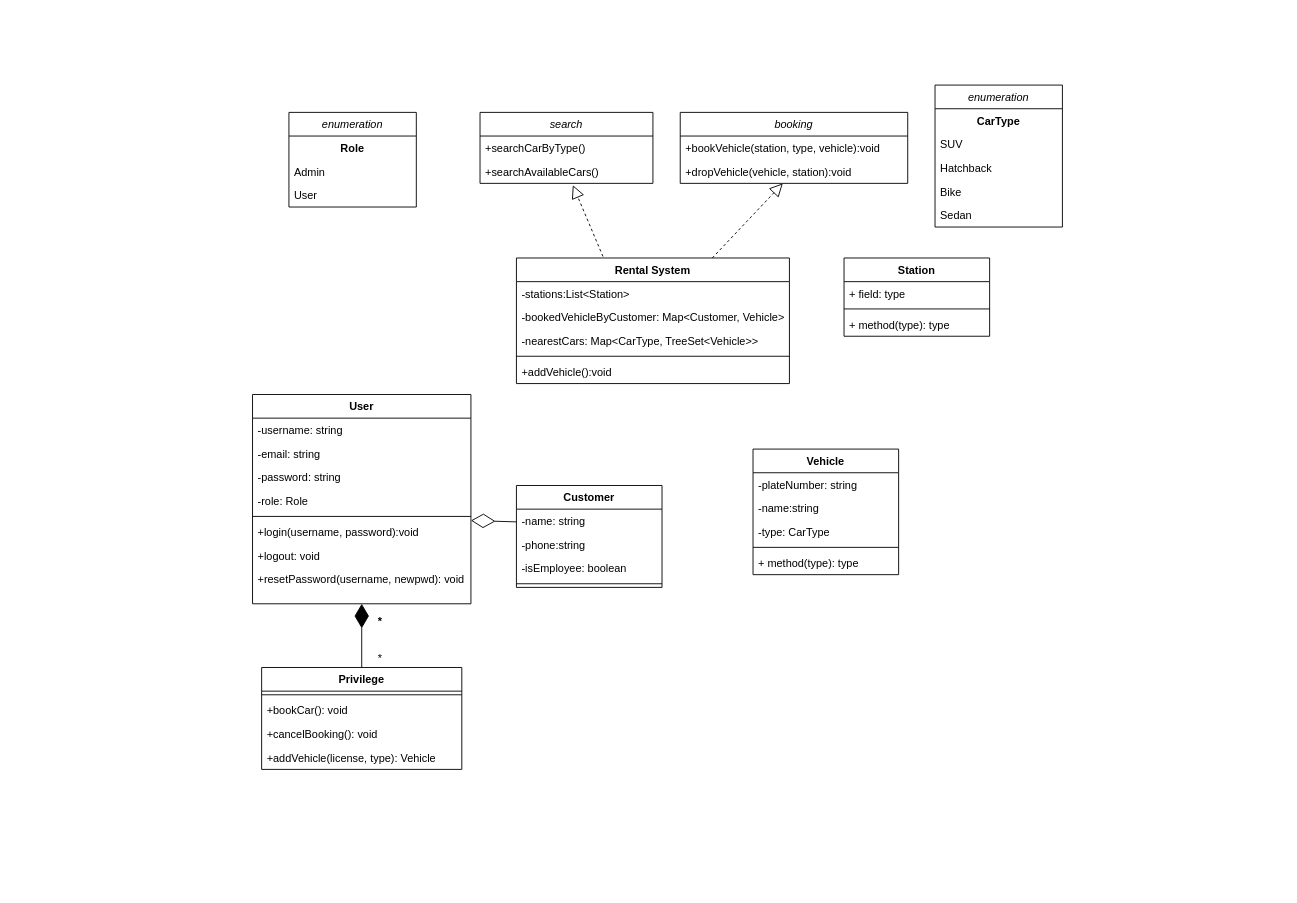
Moytri/Uml-Diagram keeps this draw.io diagram as page "Car Rental System" (3 of 3) of Movie Ticket Booking.drawio. Above is the earlier version. Source tidied: cells renumbered, new cells numbered last; positions are measured from the earlier drawing's top-left corner, leaving out a move shared by most shapes. Both pictures are drawn from the tidied source at 91%, with x=0, y=0 at pixel (252, 85).
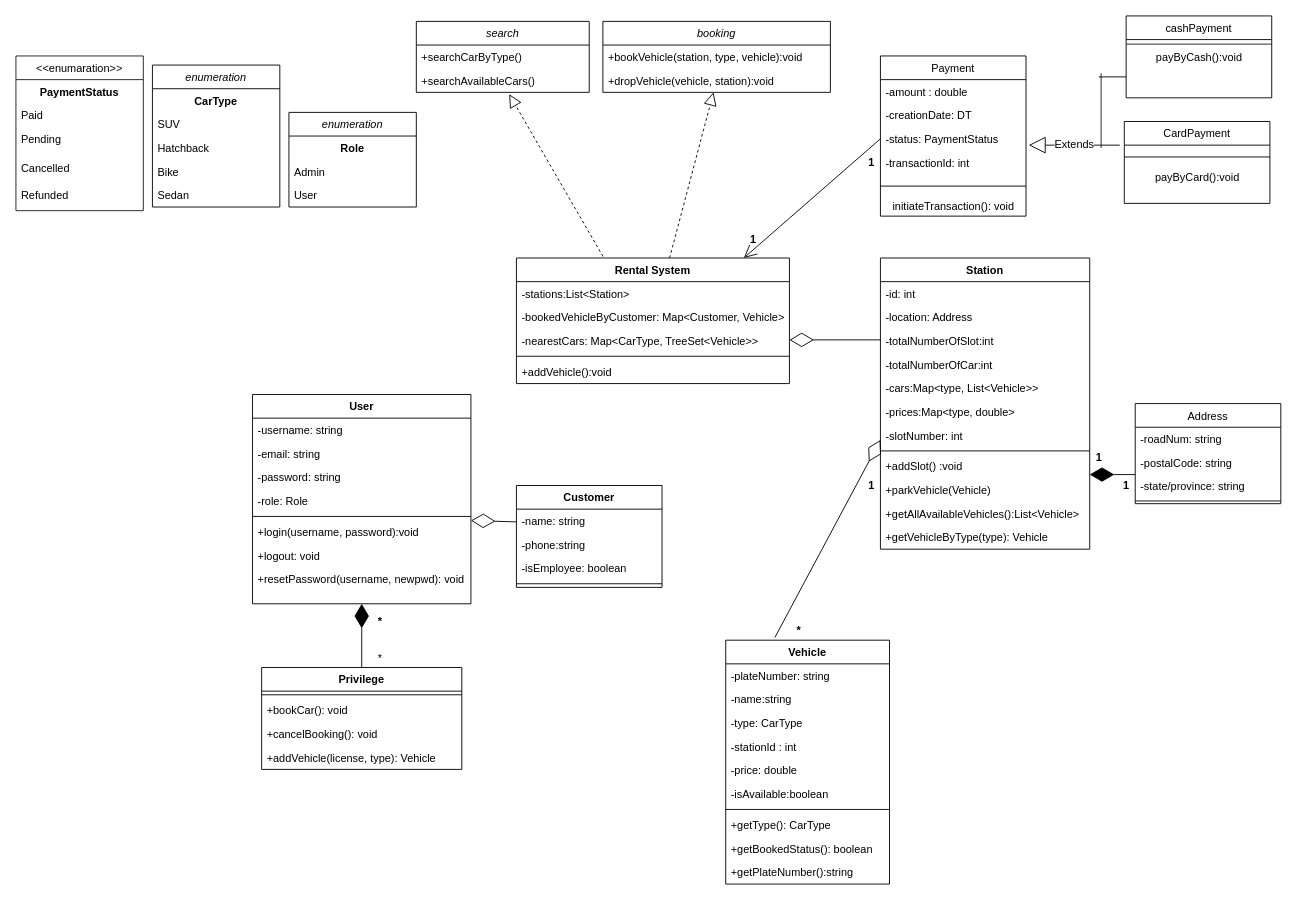
Above is the later version.

Unchanged cells that the change refers to:
```xml
<mxCell id="2" value="Rental System" style="swimlane;fontStyle=1;align=center;verticalAlign=top;horizontal=1;startSize=26;" parent="1" vertex="1">
  <mxGeometry x="290" y="190" width="300" height="138" as="geometry" />
</mxCell>
```

Change to the diagram source:
```diff
@@
     <mxCell id="27" value="Vehicle" style="swimlane;fontStyle=1;align=center;verticalAlign=top;horizontal=1;startSize=26;" parent="1" vertex="1">
-      <mxGeometry x="550" y="400" width="160" height="138" as="geometry" />
+      <mxGeometry x="520" y="610" width="180" height="268" as="geometry" />
     </mxCell>
     <mxCell id="28" value="-plateNumber: string" style="text;strokeColor=none;fillColor=none;align=left;verticalAlign=top;spacingLeft=4;spacingRight=4;overflow=hidden;" parent="27" vertex="1">
-      <mxGeometry y="26" width="160" height="26" as="geometry" />
+      <mxGeometry y="26" width="180" height="26" as="geometry" />
     </mxCell>
     <mxCell id="29" value="-name:string" style="text;strokeColor=none;fillColor=none;align=left;verticalAlign=top;spacingLeft=4;spacingRight=4;overflow=hidden;" parent="27" vertex="1">
-      <mxGeometry y="52" width="160" height="26" as="geometry" />
+      <mxGeometry y="52" width="180" height="26" as="geometry" />
     </mxCell>
     <mxCell id="30" value="-type: CarType" style="text;strokeColor=none;fillColor=none;align=left;verticalAlign=top;spacingLeft=4;spacingRight=4;overflow=hidden;" parent="27" vertex="1">
-      <mxGeometry y="78" width="160" height="26" as="geometry" />
+      <mxGeometry y="78" width="180" height="26" as="geometry" />
     </mxCell>
+    <mxCell id="59" value="-stationId : int" style="text;strokeColor=none;fillColor=none;align=left;verticalAlign=top;spacingLeft=4;spacingRight=4;overflow=hidden;" parent="27" vertex="1">
+      <mxGeometry y="104" width="180" height="26" as="geometry" />
+    </mxCell>
+    <mxCell id="60" value="-price: double" style="text;strokeColor=none;fillColor=none;align=left;verticalAlign=top;spacingLeft=4;spacingRight=4;overflow=hidden;" parent="27" vertex="1">
+      <mxGeometry y="130" width="180" height="26" as="geometry" />
+    </mxCell>
+    <mxCell id="61" value="-isAvailable:boolean" style="text;strokeColor=none;fillColor=none;align=left;verticalAlign=top;spacingLeft=4;spacingRight=4;overflow=hidden;" parent="27" vertex="1">
+      <mxGeometry y="156" width="180" height="26" as="geometry" />
+    </mxCell>
     <mxCell id="31" style="line;strokeWidth=1;fillColor=none;align=left;verticalAlign=middle;spacingTop=-1;spacingLeft=3;spacingRight=3;labelPosition=right;" parent="27" vertex="1">
-      <mxGeometry y="104" width="160" height="8" as="geometry" />
+      <mxGeometry y="182" width="180" height="8" as="geometry" />
     </mxCell>
-    <mxCell id="32" value="+ method(type): type" style="text;strokeColor=none;fillColor=none;align=left;verticalAlign=top;spacingLeft=4;spacingRight=4;overflow=hidden;" parent="27" vertex="1">
-      <mxGeometry y="112" width="160" height="26" as="geometry" />
+    <mxCell id="32" value="+getType(): CarType" style="text;strokeColor=none;fillColor=none;align=left;verticalAlign=top;spacingLeft=4;spacingRight=4;overflow=hidden;" parent="27" vertex="1">
+      <mxGeometry y="190" width="180" height="26" as="geometry" />
     </mxCell>
+    <mxCell id="62" value="+getBookedStatus(): boolean" style="text;strokeColor=none;fillColor=none;align=left;verticalAlign=top;spacingLeft=4;spacingRight=4;overflow=hidden;" parent="27" vertex="1">
+      <mxGeometry y="216" width="180" height="26" as="geometry" />
+    </mxCell>
+    <mxCell id="63" value="+getPlateNumber():string" style="text;strokeColor=none;fillColor=none;align=left;verticalAlign=top;spacingLeft=4;spacingRight=4;overflow=hidden;" parent="27" vertex="1">
+      <mxGeometry y="242" width="180" height="26" as="geometry" />
+    </mxCell>
     <mxCell id="33" value="Station" style="swimlane;fontStyle=1;align=center;verticalAlign=top;horizontal=1;startSize=26;" parent="1" vertex="1">
-      <mxGeometry x="650" y="190" width="160" height="86" as="geometry" />
+      <mxGeometry x="690" y="190" width="230" height="320" as="geometry" />
     </mxCell>
-    <mxCell id="34" value="+ field: type" style="text;strokeColor=none;fillColor=none;align=left;verticalAlign=top;spacingLeft=4;spacingRight=4;overflow=hidden;" parent="33" vertex="1">
-      <mxGeometry y="26" width="160" height="26" as="geometry" />
+    <mxCell id="34" value="-id: int" style="text;strokeColor=none;fillColor=none;align=left;verticalAlign=top;spacingLeft=4;spacingRight=4;overflow=hidden;" parent="33" vertex="1">
+      <mxGeometry y="26" width="230" height="26" as="geometry" />
     </mxCell>
+    <mxCell id="64" value="-location: Address" style="text;strokeColor=none;fillColor=none;align=left;verticalAlign=top;spacingLeft=4;spacingRight=4;overflow=hidden;" parent="33" vertex="1">
+      <mxGeometry y="52" width="230" height="26" as="geometry" />
+    </mxCell>
+    <mxCell id="65" value="-totalNumberOfSlot:int" style="text;strokeColor=none;fillColor=none;align=left;verticalAlign=top;spacingLeft=4;spacingRight=4;overflow=hidden;" parent="33" vertex="1">
+      <mxGeometry y="78" width="230" height="26" as="geometry" />
+    </mxCell>
+    <mxCell id="66" value="-totalNumberOfCar:int" style="text;strokeColor=none;fillColor=none;align=left;verticalAlign=top;spacingLeft=4;spacingRight=4;overflow=hidden;" parent="33" vertex="1">
+      <mxGeometry y="104" width="230" height="26" as="geometry" />
+    </mxCell>
+    <mxCell id="67" value="-cars:Map&lt;type, List&lt;Vehicle&gt;&gt;" style="text;strokeColor=none;fillColor=none;align=left;verticalAlign=top;spacingLeft=4;spacingRight=4;overflow=hidden;" parent="33" vertex="1">
+      <mxGeometry y="130" width="230" height="26" as="geometry" />
+    </mxCell>
+    <mxCell id="68" value="-prices:Map&lt;type, double&gt;" style="text;strokeColor=none;fillColor=none;align=left;verticalAlign=top;spacingLeft=4;spacingRight=4;overflow=hidden;" parent="33" vertex="1">
+      <mxGeometry y="156" width="230" height="26" as="geometry" />
+    </mxCell>
+    <mxCell id="69" value="-slotNumber: int" style="text;strokeColor=none;fillColor=none;align=left;verticalAlign=top;spacingLeft=4;spacingRight=4;overflow=hidden;points=[[0,0.5],[1,0.5]];portConstraint=eastwest;" parent="33" vertex="1">
+      <mxGeometry y="182" width="230" height="26" as="geometry" />
+    </mxCell>
     <mxCell id="35" style="line;strokeWidth=1;fillColor=none;align=left;verticalAlign=middle;spacingTop=-1;spacingLeft=3;spacingRight=3;labelPosition=right;" parent="33" vertex="1">
-      <mxGeometry y="52" width="160" height="8" as="geometry" />
+      <mxGeometry y="208" width="230" height="8" as="geometry" />
     </mxCell>
-    <mxCell id="36" value="+ method(type): type" style="text;strokeColor=none;fillColor=none;align=left;verticalAlign=top;spacingLeft=4;spacingRight=4;overflow=hidden;" parent="33" vertex="1">
-      <mxGeometry y="60" width="160" height="26" as="geometry" />
+    <mxCell id="36" value="+addSlot() :void" style="text;strokeColor=none;fillColor=none;align=left;verticalAlign=top;spacingLeft=4;spacingRight=4;overflow=hidden;" parent="33" vertex="1">
+      <mxGeometry y="216" width="230" height="26" as="geometry" />
     </mxCell>
+    <mxCell id="70" value="+parkVehicle(Vehicle)" style="text;strokeColor=none;fillColor=none;align=left;verticalAlign=top;spacingLeft=4;spacingRight=4;overflow=hidden;" parent="33" vertex="1">
+      <mxGeometry y="242" width="230" height="26" as="geometry" />
+    </mxCell>
+    <mxCell id="71" value="+getAllAvailableVehicles():List&lt;Vehicle&gt;" style="text;strokeColor=none;fillColor=none;align=left;verticalAlign=top;spacingLeft=4;spacingRight=4;overflow=hidden;" parent="33" vertex="1">
+      <mxGeometry y="268" width="230" height="26" as="geometry" />
+    </mxCell>
+    <mxCell id="72" value="+getVehicleByType(type): Vehicle" style="text;strokeColor=none;fillColor=none;align=left;verticalAlign=top;spacingLeft=4;spacingRight=4;overflow=hidden;" parent="33" vertex="1">
+      <mxGeometry y="294" width="230" height="26" as="geometry" />
+    </mxCell>
@@
     <mxCell id="45" value="search" style="swimlane;fontStyle=2;horizontal=1;startSize=26;fillColor=none;strokeWidth=1;" parent="1" vertex="1">
-      <mxGeometry x="250" y="30" width="190" height="78" as="geometry" />
+      <mxGeometry x="180" y="-70" width="190" height="78" as="geometry" />
     </mxCell>
@@
     <mxCell id="49" value="booking" style="swimlane;fontStyle=2;horizontal=1;startSize=26;fillColor=none;strokeWidth=1;" parent="1" vertex="1">
-      <mxGeometry x="470" y="30" width="250" height="78" as="geometry" />
+      <mxGeometry x="385" y="-70" width="250" height="78" as="geometry" />
     </mxCell>
@@
     <mxCell id="53" value="enumeration" style="swimlane;fontStyle=2;horizontal=1;startSize=26;fillColor=none;strokeWidth=1;" parent="1" vertex="1">
-      <mxGeometry x="750" width="140" height="156" as="geometry" />
+      <mxGeometry x="-110" y="-22" width="140" height="156" as="geometry" />
     </mxCell>
@@
+    <mxCell id="73" value="&lt;b&gt;1&lt;/b&gt;" style="text;html=1;align=center;verticalAlign=middle;strokeColor=none;fillColor=none;" parent="1" vertex="1">
+      <mxGeometry x="670" y="430" width="20" height="20" as="geometry" />
+    </mxCell>
+    <mxCell id="74" value="&lt;b&gt;*&lt;/b&gt;" style="text;html=1;align=center;verticalAlign=middle;strokeColor=none;fillColor=none;" parent="1" vertex="1">
+      <mxGeometry x="590" y="590" width="20" height="20" as="geometry" />
+    </mxCell>
+    <mxCell id="75" style="endArrow=diamondThin;endFill=0;endSize=24;html=1;rounded=0;exitX=0.3;exitY=-0.011;exitDx=0;exitDy=0;exitPerimeter=0;entryX=0;entryY=0.692;entryDx=0;entryDy=0;entryPerimeter=0;" parent="1" edge="1" source="27" target="69">
+      <mxGeometry relative="1" as="geometry" />
+    </mxCell>
+    <mxCell id="76" style="endArrow=diamondThin;endFill=0;endSize=24;html=1;rounded=0;" parent="1" edge="1">
+      <mxGeometry relative="1" as="geometry">
+        <mxPoint x="690" y="280" as="sourcePoint" />
+        <mxPoint x="590" y="280" as="targetPoint" />
+      </mxGeometry>
+    </mxCell>
+    <mxCell id="77" value="Address" style="swimlane;fontStyle=0;align=center;verticalAlign=top;horizontal=1;startSize=26;rounded=0;shadow=0;strokeWidth=1;" parent="1" vertex="1">
+      <mxGeometry x="970" y="350" width="160" height="110" as="geometry" />
+    </mxCell>
+    <mxCell id="78" value="-roadNum: string" style="text;align=left;verticalAlign=top;spacingLeft=4;spacingRight=4;overflow=hidden;" parent="77" vertex="1">
+      <mxGeometry y="26" width="160" height="26" as="geometry" />
+    </mxCell>
+    <mxCell id="79" value="-postalCode: string" style="text;align=left;verticalAlign=top;spacingLeft=4;spacingRight=4;overflow=hidden;rounded=0;shadow=0;html=0;" parent="77" vertex="1">
+      <mxGeometry y="52" width="160" height="26" as="geometry" />
+    </mxCell>
+    <mxCell id="80" value="-state/province: string" style="text;align=left;verticalAlign=top;spacingLeft=4;spacingRight=4;overflow=hidden;rounded=0;shadow=0;html=0;" parent="77" vertex="1">
+      <mxGeometry y="78" width="160" height="26" as="geometry" />
+    </mxCell>
+    <mxCell id="81" style="line;html=1;strokeWidth=1;align=left;verticalAlign=middle;spacingTop=-1;spacingLeft=3;spacingRight=3;labelPosition=right;" parent="77" vertex="1">
+      <mxGeometry y="104" width="160" height="6" as="geometry" />
+    </mxCell>
+    <mxCell id="82" style="endArrow=diamondThin;endFill=1;endSize=24;html=1;rounded=0;" parent="1" edge="1">
+      <mxGeometry relative="1" as="geometry">
+        <mxPoint x="970" y="428" as="sourcePoint" />
+        <mxPoint x="920" y="428" as="targetPoint" />
+      </mxGeometry>
+    </mxCell>
+    <mxCell id="83" value="&lt;b&gt;1&lt;/b&gt;" style="text;html=1;align=center;verticalAlign=middle;strokeColor=none;fillColor=none;" parent="1" vertex="1">
+      <mxGeometry x="920" y="400" width="20" height="20" as="geometry" />
+    </mxCell>
+    <mxCell id="84" value="&lt;b&gt;1&lt;/b&gt;" style="text;html=1;align=center;verticalAlign=middle;strokeColor=none;fillColor=none;" parent="1" vertex="1">
+      <mxGeometry x="950" y="430" width="20" height="20" as="geometry" />
+    </mxCell>
+    <mxCell id="85" value="Payment" style="swimlane;fontStyle=0;align=center;verticalAlign=top;horizontal=1;startSize=26;rounded=0;shadow=0;strokeWidth=1;" parent="1" vertex="1">
+      <mxGeometry x="690" y="-32" width="160" height="176" as="geometry" />
+    </mxCell>
+    <mxCell id="86" value="-amount : double" style="text;align=left;verticalAlign=top;spacingLeft=4;spacingRight=4;overflow=hidden;" parent="85" vertex="1">
+      <mxGeometry y="26" width="160" height="26" as="geometry" />
+    </mxCell>
+    <mxCell id="87" value="-creationDate: DT" style="text;align=left;verticalAlign=top;spacingLeft=4;spacingRight=4;overflow=hidden;rounded=0;shadow=0;html=0;" parent="85" vertex="1">
+      <mxGeometry y="52" width="160" height="26" as="geometry" />
+    </mxCell>
+    <mxCell id="88" value="-status: PaymentStatus" style="text;align=left;verticalAlign=top;spacingLeft=4;spacingRight=4;overflow=hidden;points=[[0,0.5],[1,0.5]];portConstraint=eastwest;rounded=0;shadow=0;html=0;" parent="85" vertex="1">
+      <mxGeometry y="78" width="160" height="26" as="geometry" />
+    </mxCell>
+    <mxCell id="89" value="-transactionId: int" style="text;align=left;verticalAlign=top;spacingLeft=4;spacingRight=4;overflow=hidden;rounded=0;shadow=0;html=0;" parent="85" vertex="1">
+      <mxGeometry y="104" width="160" height="26" as="geometry" />
+    </mxCell>
+    <mxCell id="90" style="line;html=1;strokeWidth=1;align=left;verticalAlign=middle;spacingTop=-1;spacingLeft=3;spacingRight=3;labelPosition=right;" parent="85" vertex="1">
+      <mxGeometry y="130" width="160" height="26" as="geometry" />
+    </mxCell>
+    <mxCell id="91" value="initiateTransaction(): void" style="text;html=1;align=center;verticalAlign=middle;strokeColor=none;fillColor=none;fontSize=12;" parent="85" vertex="1">
+      <mxGeometry y="156" width="160" height="20" as="geometry" />
+    </mxCell>
+    <mxCell id="92" value="cashPayment" style="swimlane;fontStyle=0;align=center;verticalAlign=top;horizontal=1;startSize=26;rounded=0;shadow=0;strokeWidth=1;" parent="1" vertex="1">
+      <mxGeometry x="960" y="-76" width="160" height="90" as="geometry" />
+    </mxCell>
+    <mxCell id="93" style="line;strokeWidth=1;html=1;perimeter=backbonePerimeter;fontSize=12;opacity=90;" parent="92" vertex="1">
+      <mxGeometry y="26" width="160" height="10" as="geometry" />
+    </mxCell>
+    <mxCell id="94" value="payByCash():void" style="text;html=1;align=center;verticalAlign=middle;strokeColor=none;fillColor=none;fontSize=12;" parent="92" vertex="1">
+      <mxGeometry y="36" width="160" height="20" as="geometry" />
+    </mxCell>
+    <mxCell id="95" value="CardPayment" style="swimlane;fontStyle=0;align=center;verticalAlign=top;horizontal=1;startSize=26;rounded=0;shadow=0;strokeWidth=1;" parent="1" vertex="1">
+      <mxGeometry x="958" y="40" width="160" height="90" as="geometry" />
+    </mxCell>
+    <mxCell id="96" value="Extends" style="endArrow=block;endSize=16;endFill=0;html=1;rounded=0;fontSize=12;" parent="95" edge="1">
+      <mxGeometry relative="1" as="geometry">
+        <mxPoint x="-5" y="26" as="sourcePoint" />
+        <mxPoint x="-105" y="26" as="targetPoint" />
+      </mxGeometry>
+    </mxCell>
+    <mxCell id="97" style="line;html=1;strokeWidth=1;align=left;verticalAlign=middle;spacingTop=-1;spacingLeft=3;spacingRight=3;labelPosition=right;" parent="95" vertex="1">
+      <mxGeometry y="26" width="160" height="26" as="geometry" />
+    </mxCell>
+    <mxCell id="98" value="payByCard():void" style="text;html=1;align=center;verticalAlign=middle;strokeColor=none;fillColor=none;fontSize=12;" parent="95" vertex="1">
+      <mxGeometry y="52" width="160" height="20" as="geometry" />
+    </mxCell>
+    <mxCell id="99" style="line;strokeWidth=1;direction=south;html=1;fontSize=12;opacity=90;" parent="1" vertex="1">
+      <mxGeometry x="930" y="-13" width="5" height="82" as="geometry" />
+    </mxCell>
+    <mxCell id="100" style="line;strokeWidth=1;fillColor=none;align=left;verticalAlign=middle;spacingTop=-1;spacingLeft=3;spacingRight=3;labelPosition=right;" parent="1" vertex="1">
+      <mxGeometry x="930" y="-13" width="30" height="8" as="geometry" />
+    </mxCell>
+    <mxCell id="101" style="endArrow=open;endFill=1;endSize=12;html=1;rounded=0;entryX=0.833;entryY=0;entryDx=0;entryDy=0;entryPerimeter=0;exitX=0;exitY=0.5;exitDx=0;exitDy=0;" parent="1" edge="1" source="88" target="2">
+      <mxGeometry relative="1" as="geometry" />
+    </mxCell>
+    <mxCell id="102" value="&lt;b&gt;1&lt;/b&gt;" style="text;html=1;align=center;verticalAlign=middle;strokeColor=none;fillColor=none;" parent="1" vertex="1">
+      <mxGeometry x="540" y="160" width="20" height="20" as="geometry" />
+    </mxCell>
+    <mxCell id="103" value="&lt;b&gt;1&lt;/b&gt;" style="text;html=1;align=center;verticalAlign=middle;strokeColor=none;fillColor=none;" parent="1" vertex="1">
+      <mxGeometry x="670" y="75" width="20" height="20" as="geometry" />
+    </mxCell>
+    <mxCell id="104" value="&lt;&lt;enumaration&gt;&gt;" style="swimlane;fontStyle=0;horizontal=1;startSize=26;fillColor=none;fontSize=12;strokeWidth=1;opacity=90;" parent="1" vertex="1">
+      <mxGeometry x="-260" y="-32" width="140" height="170" as="geometry" />
+    </mxCell>
+    <mxCell id="105" value="PaymentStatus" style="text;strokeColor=none;fillColor=none;align=center;verticalAlign=top;spacingLeft=4;spacingRight=4;overflow=hidden;fontSize=12;opacity=90;fontStyle=1;" parent="104" vertex="1">
+      <mxGeometry y="26" width="140" height="26" as="geometry" />
+    </mxCell>
+    <mxCell id="106" value="Paid" style="text;strokeColor=none;fillColor=none;align=left;verticalAlign=top;spacingLeft=4;spacingRight=4;overflow=hidden;fontSize=12;opacity=90;" parent="104" vertex="1">
+      <mxGeometry y="52" width="140" height="26" as="geometry" />
+    </mxCell>
+    <mxCell id="107" value="Pending" style="text;strokeColor=none;fillColor=none;align=left;verticalAlign=top;spacingLeft=4;spacingRight=4;overflow=hidden;fontSize=12;opacity=90;" parent="104" vertex="1">
+      <mxGeometry y="78" width="140" height="32" as="geometry" />
+    </mxCell>
+    <mxCell id="108" value="Cancelled" style="text;strokeColor=none;fillColor=none;align=left;verticalAlign=top;spacingLeft=4;spacingRight=4;overflow=hidden;fontSize=12;opacity=90;" parent="104" vertex="1">
+      <mxGeometry y="110" width="140" height="30" as="geometry" />
+    </mxCell>
+    <mxCell id="109" value="Refunded" style="text;strokeColor=none;fillColor=none;align=left;verticalAlign=top;spacingLeft=4;spacingRight=4;overflow=hidden;fontSize=12;opacity=90;" parent="104" vertex="1">
+      <mxGeometry y="140" width="140" height="30" as="geometry" />
+    </mxCell>
```
